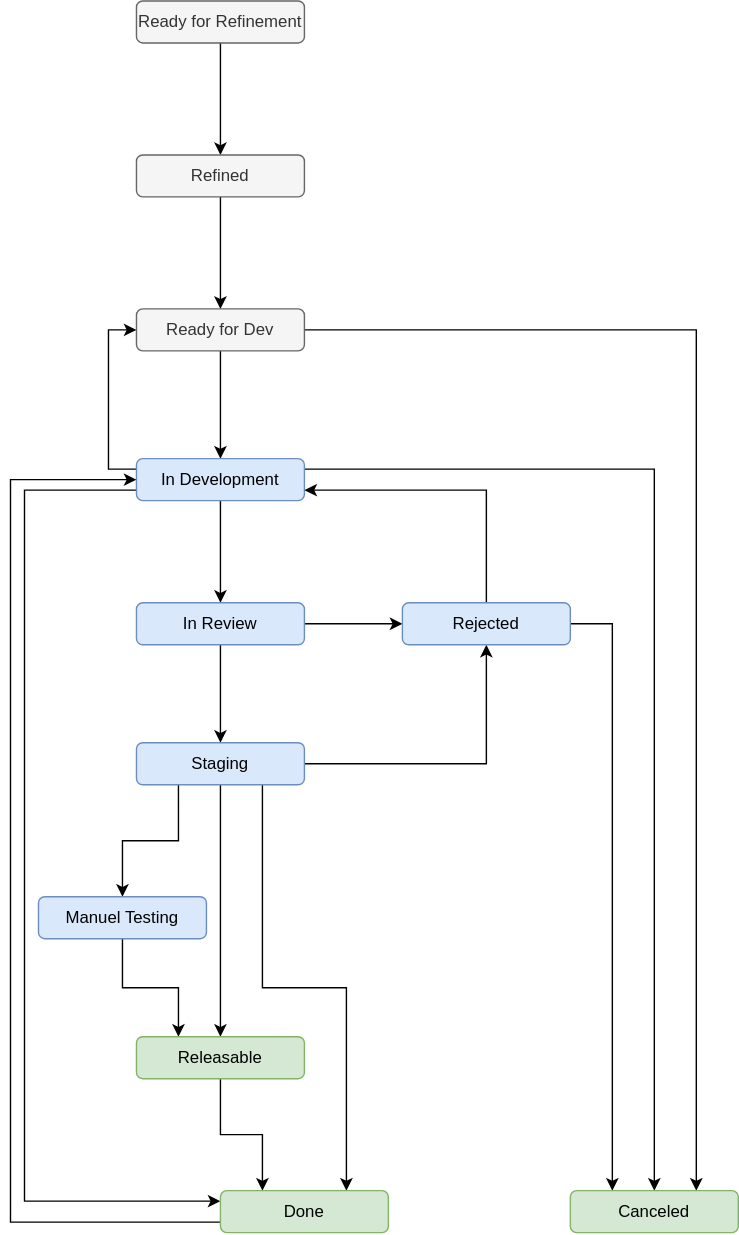
This is workflows/workflow-tech.drawio.svg from ksb-digital/.github, a draw.io export, as it was before one commit. Source tidied: cells renumbered, new cells last; positions are measured from the earlier drawing's top-left corner, leaving out a move shared by most shapes.
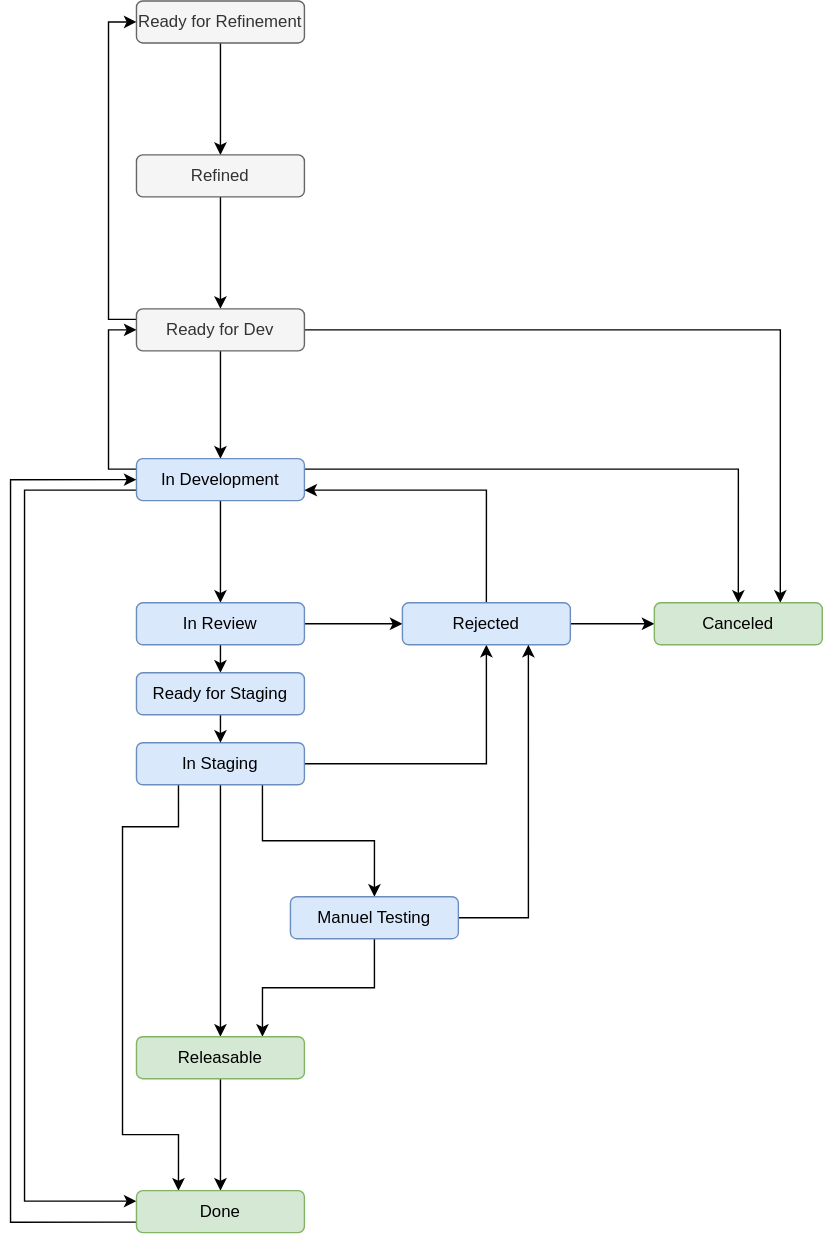
After the change.

Change to the diagram source:
```diff
@@ -20,6 +20,9 @@
     <mxCell id="7" style="edgeStyle=orthogonalEdgeStyle;rounded=0;jettySize=auto;html=1;exitX=1;exitY=0.5;exitDx=0;exitDy=0;entryX=0.75;entryY=0;entryDx=0;entryDy=0;" parent="1" edge="1" source="8" target="31">
       <mxGeometry relative="1" as="geometry" />
     </mxCell>
+    <mxCell id="32" style="edgeStyle=orthogonalEdgeStyle;rounded=0;jettySize=auto;html=1;exitX=0;exitY=0.25;exitDx=0;exitDy=0;entryX=0;entryY=0.5;entryDx=0;entryDy=0;" parent="1" edge="1" source="8" target="3">
+      <mxGeometry relative="1" as="geometry" />
+    </mxCell>
     <mxCell id="8" value="Ready for Dev" style="rounded=1;whiteSpace=wrap;html=1;fillColor=#f5f5f5;fontColor=#333333;strokeColor=#666666;" parent="1" vertex="1">
       <mxGeometry x="90" y="220" width="120" height="30" as="geometry" />
     </mxCell>
@@ -43,46 +46,56 @@
     <mxCell id="13" value="In Development" style="rounded=1;whiteSpace=wrap;html=1;fillColor=#dae8fc;strokeColor=#6c8ebf;" parent="1" vertex="1">
       <mxGeometry x="90" y="327" width="120" height="30" as="geometry" />
     </mxCell>
-    <mxCell id="14" style="edgeStyle=orthogonalEdgeStyle;rounded=0;jettySize=auto;html=1;exitX=0.5;exitY=1;exitDx=0;exitDy=0;entryX=0.5;entryY=0;entryDx=0;entryDy=0;" parent="1" edge="1" source="16" target="21">
-      <mxGeometry relative="1" as="geometry" />
-    </mxCell>
     <mxCell id="15" style="edgeStyle=orthogonalEdgeStyle;rounded=0;jettySize=auto;html=1;exitX=1;exitY=0.5;exitDx=0;exitDy=0;entryX=0;entryY=0.5;entryDx=0;entryDy=0;" parent="1" edge="1" source="16" target="24">
       <mxGeometry relative="1" as="geometry" />
     </mxCell>
+    <mxCell id="33" style="edgeStyle=orthogonalEdgeStyle;rounded=0;jettySize=auto;html=1;exitX=0.5;exitY=1;exitDx=0;exitDy=0;entryX=0.5;entryY=0;entryDx=0;entryDy=0;" parent="1" edge="1" source="16" target="36">
+      <mxGeometry relative="1" as="geometry" />
+    </mxCell>
     <mxCell id="16" value="In Review" style="rounded=1;whiteSpace=wrap;html=1;fillColor=#dae8fc;strokeColor=#6c8ebf;" parent="1" vertex="1">
       <mxGeometry x="90" y="430" width="120" height="30" as="geometry" />
     </mxCell>
-    <mxCell id="17" style="edgeStyle=orthogonalEdgeStyle;rounded=0;jettySize=auto;html=1;exitX=0.25;exitY=1;exitDx=0;exitDy=0;entryX=0.5;entryY=0;entryDx=0;entryDy=0;" parent="1" edge="1" source="21" target="26">
+    <mxCell id="17" style="edgeStyle=orthogonalEdgeStyle;rounded=0;jettySize=auto;html=1;exitX=0.75;exitY=1;exitDx=0;exitDy=0;entryX=0.5;entryY=0;entryDx=0;entryDy=0;" parent="1" edge="1" source="21" target="26">
       <mxGeometry relative="1" as="geometry" />
     </mxCell>
     <mxCell id="18" style="edgeStyle=orthogonalEdgeStyle;rounded=0;jettySize=auto;html=1;exitX=0.5;exitY=1;exitDx=0;exitDy=0;entryX=0.5;entryY=0;entryDx=0;entryDy=0;" parent="1" edge="1" source="21" target="28">
       <mxGeometry relative="1" as="geometry" />
     </mxCell>
+    <mxCell id="20" style="edgeStyle=orthogonalEdgeStyle;rounded=0;jettySize=auto;html=1;exitX=1;exitY=0.5;exitDx=0;exitDy=0;entryX=0.5;entryY=1;entryDx=0;entryDy=0;" parent="1" edge="1" source="21" target="24">
+      <mxGeometry relative="1" as="geometry" />
+    </mxCell>
-    <mxCell id="19" style="edgeStyle=orthogonalEdgeStyle;rounded=0;jettySize=auto;html=1;exitX=0.75;exitY=1;exitDx=0;exitDy=0;entryX=0.75;entryY=0;entryDx=0;entryDy=0;" parent="1" edge="1" source="21" target="30">
-      <mxGeometry relative="1" as="geometry" />
+    <mxCell id="19" style="edgeStyle=orthogonalEdgeStyle;rounded=0;jettySize=auto;html=1;exitX=0.25;exitY=1;exitDx=0;exitDy=0;entryX=0.25;entryY=0;entryDx=0;entryDy=0;" parent="1" edge="1" source="21" target="30">
+      <mxGeometry relative="1" as="geometry">
+        <Array as="points">
+          <mxPoint x="120" y="590" />
+          <mxPoint x="80" y="590" />
+          <mxPoint x="80" y="810" />
+          <mxPoint x="120" y="810" />
+        </Array>
+      </mxGeometry>
     </mxCell>
-    <mxCell id="20" style="edgeStyle=orthogonalEdgeStyle;rounded=0;jettySize=auto;html=1;exitX=1;exitY=0.5;exitDx=0;exitDy=0;entryX=0.5;entryY=1;entryDx=0;entryDy=0;" parent="1" edge="1" source="21" target="24">
-      <mxGeometry relative="1" as="geometry" />
-    </mxCell>
-    <mxCell id="21" value="Staging" style="rounded=1;whiteSpace=wrap;html=1;fillColor=#dae8fc;strokeColor=#6c8ebf;" parent="1" vertex="1">
+    <mxCell id="21" value="In Staging" style="rounded=1;whiteSpace=wrap;html=1;fillColor=#dae8fc;strokeColor=#6c8ebf;" parent="1" vertex="1">
       <mxGeometry x="90" y="530" width="120" height="30" as="geometry" />
     </mxCell>
     <mxCell id="22" style="edgeStyle=orthogonalEdgeStyle;rounded=0;jettySize=auto;html=1;exitX=0.5;exitY=0;exitDx=0;exitDy=0;entryX=1;entryY=0.75;entryDx=0;entryDy=0;" parent="1" edge="1" source="24" target="13">
       <mxGeometry relative="1" as="geometry" />
     </mxCell>
-    <mxCell id="23" style="edgeStyle=orthogonalEdgeStyle;rounded=0;jettySize=auto;html=1;exitX=1;exitY=0.5;exitDx=0;exitDy=0;entryX=0.25;entryY=0;entryDx=0;entryDy=0;" parent="1" edge="1" source="24" target="31">
+    <mxCell id="23" style="edgeStyle=orthogonalEdgeStyle;rounded=0;jettySize=auto;html=1;exitX=1;exitY=0.5;exitDx=0;exitDy=0;entryX=0;entryY=0.5;entryDx=0;entryDy=0;" parent="1" edge="1" source="24" target="31">
       <mxGeometry relative="1" as="geometry" />
     </mxCell>
     <mxCell id="24" value="Rejected" style="rounded=1;whiteSpace=wrap;html=1;fillColor=#dae8fc;strokeColor=#6c8ebf;" parent="1" vertex="1">
       <mxGeometry x="280" y="430" width="120" height="30" as="geometry" />
     </mxCell>
-    <mxCell id="25" style="edgeStyle=orthogonalEdgeStyle;rounded=0;jettySize=auto;html=1;exitX=0.5;exitY=1;exitDx=0;exitDy=0;entryX=0.25;entryY=0;entryDx=0;entryDy=0;" parent="1" edge="1" source="26" target="28">
+    <mxCell id="25" style="edgeStyle=orthogonalEdgeStyle;rounded=0;jettySize=auto;html=1;exitX=0.5;exitY=1;exitDx=0;exitDy=0;entryX=0.75;entryY=0;entryDx=0;entryDy=0;" parent="1" edge="1" source="26" target="28">
       <mxGeometry relative="1" as="geometry" />
     </mxCell>
+    <mxCell id="34" style="edgeStyle=orthogonalEdgeStyle;rounded=0;jettySize=auto;html=1;exitX=1;exitY=0.5;exitDx=0;exitDy=0;entryX=0.75;entryY=1;entryDx=0;entryDy=0;" parent="1" edge="1" source="26" target="24">
+      <mxGeometry relative="1" as="geometry" />
+    </mxCell>
     <mxCell id="26" value="Manuel Testing" style="rounded=1;whiteSpace=wrap;html=1;fillColor=#dae8fc;strokeColor=#6c8ebf;" parent="1" vertex="1">
-      <mxGeometry x="20" y="640" width="120" height="30" as="geometry" />
+      <mxGeometry x="200" y="640" width="120" height="30" as="geometry" />
     </mxCell>
-    <mxCell id="27" style="edgeStyle=orthogonalEdgeStyle;rounded=0;jettySize=auto;html=1;exitX=0.5;exitY=1;exitDx=0;exitDy=0;entryX=0.25;entryY=0;entryDx=0;entryDy=0;" parent="1" edge="1" source="28" target="30">
+    <mxCell id="27" style="edgeStyle=orthogonalEdgeStyle;rounded=0;jettySize=auto;html=1;exitX=0.5;exitY=1;exitDx=0;exitDy=0;entryX=0.5;entryY=0;entryDx=0;entryDy=0;" parent="1" edge="1" source="28" target="30">
       <mxGeometry relative="1" as="geometry" />
     </mxCell>
     <mxCell id="28" value="Releasable" style="rounded=1;whiteSpace=wrap;html=1;fillColor=#d5e8d4;strokeColor=#82b366;" parent="1" vertex="1">
@@ -97,10 +110,16 @@
       </mxGeometry>
     </mxCell>
     <mxCell id="30" value="Done" style="rounded=1;whiteSpace=wrap;html=1;fillColor=#d5e8d4;strokeColor=#82b366;" parent="1" vertex="1">
-      <mxGeometry x="150" y="850" width="120" height="30" as="geometry" />
+      <mxGeometry x="90" y="850" width="120" height="30" as="geometry" />
     </mxCell>
     <mxCell id="31" value="Canceled" style="rounded=1;whiteSpace=wrap;html=1;fillColor=#d5e8d4;strokeColor=#82b366;" parent="1" vertex="1">
-      <mxGeometry x="400" y="850" width="120" height="30" as="geometry" />
+      <mxGeometry x="460" y="430" width="120" height="30" as="geometry" />
     </mxCell>
+    <mxCell id="35" style="edgeStyle=orthogonalEdgeStyle;rounded=0;jettySize=auto;html=1;exitX=0.5;exitY=1;exitDx=0;exitDy=0;entryX=0.5;entryY=0;entryDx=0;entryDy=0;" parent="1" edge="1" source="36" target="21">
+      <mxGeometry relative="1" as="geometry" />
+    </mxCell>
+    <mxCell id="36" value="Ready for Staging" style="rounded=1;whiteSpace=wrap;html=1;fillColor=#dae8fc;strokeColor=#6c8ebf;" parent="1" vertex="1">
+      <mxGeometry x="90" y="480" width="120" height="30" as="geometry" />
+    </mxCell>
   </root>
 </mxGraphModel>
```
